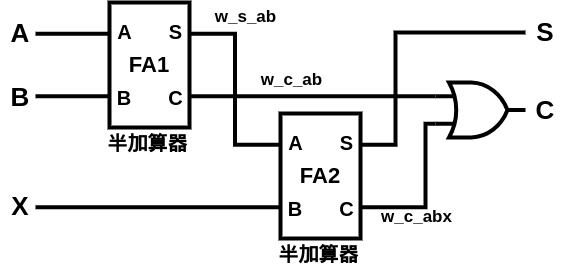
Earlier version of the draw.io export images/LetsMakeCPU/make_fa_3.png (VLSI-JP/VLSI-JP.github.io). Source tidied: cells renumbered, new cells last; positions are measured from the earlier drawing's top-left corner, leaving out a move shared by most shapes. Its diagram source:
```xml
<mxGraphModel>
  <root>
    <mxCell id="0" />
    <mxCell id="1" parent="0" />
    <mxCell id="2" style="group;" parent="1" vertex="1">
      <mxGeometry x="94" width="115" height="155" as="geometry" />
    </mxCell>
    <mxCell id="3" style="edgeStyle=orthogonalEdgeStyle;rounded=0;jettySize=auto;html=1;exitX=0;exitY=0.25;exitDx=0;exitDy=0;endArrow=none;endFill=0;strokeWidth=4;" parent="2" edge="1" source="5">
      <mxGeometry relative="1" as="geometry">
        <mxPoint x="-59" y="31.3" as="targetPoint" />
      </mxGeometry>
    </mxCell>
    <mxCell id="4" style="edgeStyle=orthogonalEdgeStyle;rounded=0;jettySize=auto;html=1;exitX=0;exitY=0.75;exitDx=0;exitDy=0;endArrow=none;endFill=0;strokeWidth=4;" parent="2" edge="1" source="5">
      <mxGeometry relative="1" as="geometry">
        <mxPoint x="-59" y="93.7" as="targetPoint" />
      </mxGeometry>
    </mxCell>
    <mxCell id="5" value="FA1" style="rounded=0;whiteSpace=wrap;html=1;strokeWidth=4;fontStyle=1;fontSize=22;" parent="2" vertex="1">
      <mxGeometry x="15" width="80" height="125" as="geometry" />
    </mxCell>
    <mxCell id="6" value="A" style="text;html=1;strokeColor=none;fillColor=none;align=center;verticalAlign=middle;whiteSpace=wrap;rounded=0;fontSize=20;fontStyle=1;" parent="2" vertex="1">
      <mxGeometry x="22.5" y="14" width="15" height="30" as="geometry" />
    </mxCell>
    <mxCell id="7" value="B" style="text;html=1;strokeColor=none;fillColor=none;align=center;verticalAlign=middle;whiteSpace=wrap;rounded=0;fontSize=20;fontStyle=1;" parent="2" vertex="1">
      <mxGeometry x="20" y="80" width="20" height="30" as="geometry" />
    </mxCell>
    <mxCell id="8" value="S" style="text;html=1;strokeColor=none;fillColor=none;align=center;verticalAlign=middle;whiteSpace=wrap;rounded=0;fontSize=20;fontStyle=1;" parent="2" vertex="1">
      <mxGeometry x="71.5" y="14" width="19" height="30" as="geometry" />
    </mxCell>
    <mxCell id="9" value="C" style="text;html=1;strokeColor=none;fillColor=none;align=center;verticalAlign=middle;whiteSpace=wrap;rounded=0;fontSize=20;fontStyle=1;" parent="2" vertex="1">
      <mxGeometry x="71.5" y="80" width="19" height="30" as="geometry" />
    </mxCell>
    <mxCell id="10" value="半加算器" style="text;html=1;strokeColor=none;fillColor=none;align=center;verticalAlign=middle;whiteSpace=wrap;rounded=0;fontSize=20;fontStyle=1;" parent="2" vertex="1">
      <mxGeometry x="-4" y="125" width="115" height="30" as="geometry" />
    </mxCell>
    <mxCell id="11" style="group;" parent="1" vertex="1">
      <mxGeometry x="265" y="111" width="115" height="155" as="geometry" />
    </mxCell>
    <mxCell id="12" style="edgeStyle=orthogonalEdgeStyle;rounded=0;jettySize=auto;html=1;exitX=0;exitY=0.75;exitDx=0;exitDy=0;endArrow=none;endFill=0;strokeWidth=4;" parent="11" edge="1" source="14">
      <mxGeometry relative="1" as="geometry">
        <mxPoint x="-230" y="93.7" as="targetPoint" />
      </mxGeometry>
    </mxCell>
    <mxCell id="13" style="edgeStyle=orthogonalEdgeStyle;rounded=0;jettySize=auto;html=1;exitX=1;exitY=0.25;exitDx=0;exitDy=0;endArrow=none;endFill=0;strokeWidth=4;" parent="11" edge="1" source="14">
      <mxGeometry relative="1" as="geometry">
        <mxPoint x="260" y="-81" as="targetPoint" />
        <Array as="points">
          <mxPoint x="130" y="31" />
          <mxPoint x="130" y="-81" />
        </Array>
      </mxGeometry>
    </mxCell>
    <mxCell id="14" value="FA2" style="rounded=0;whiteSpace=wrap;html=1;strokeWidth=4;fontStyle=1;fontSize=22;" parent="11" vertex="1">
      <mxGeometry x="15" width="80" height="125" as="geometry" />
    </mxCell>
    <mxCell id="15" value="A" style="text;html=1;strokeColor=none;fillColor=none;align=center;verticalAlign=middle;whiteSpace=wrap;rounded=0;fontSize=20;fontStyle=1;" parent="11" vertex="1">
      <mxGeometry x="22.5" y="14" width="15" height="30" as="geometry" />
    </mxCell>
    <mxCell id="16" value="B" style="text;html=1;strokeColor=none;fillColor=none;align=center;verticalAlign=middle;whiteSpace=wrap;rounded=0;fontSize=20;fontStyle=1;" parent="11" vertex="1">
      <mxGeometry x="20" y="80" width="20" height="30" as="geometry" />
    </mxCell>
    <mxCell id="17" value="S" style="text;html=1;strokeColor=none;fillColor=none;align=center;verticalAlign=middle;whiteSpace=wrap;rounded=0;fontSize=20;fontStyle=1;" parent="11" vertex="1">
      <mxGeometry x="71.5" y="14" width="19" height="30" as="geometry" />
    </mxCell>
    <mxCell id="18" value="C" style="text;html=1;strokeColor=none;fillColor=none;align=center;verticalAlign=middle;whiteSpace=wrap;rounded=0;fontSize=20;fontStyle=1;" parent="11" vertex="1">
      <mxGeometry x="71.5" y="80" width="19" height="30" as="geometry" />
    </mxCell>
    <mxCell id="19" value="半加算器" style="text;html=1;strokeColor=none;fillColor=none;align=center;verticalAlign=middle;whiteSpace=wrap;rounded=0;fontSize=20;fontStyle=1;" parent="11" vertex="1">
      <mxGeometry x="-4" y="125" width="115" height="30" as="geometry" />
    </mxCell>
    <mxCell id="20" style="edgeStyle=orthogonalEdgeStyle;rounded=0;jettySize=auto;html=1;exitX=1;exitY=0.25;exitDx=0;exitDy=0;entryX=0;entryY=0.25;entryDx=0;entryDy=0;endArrow=none;endFill=0;strokeWidth=4;" parent="1" edge="1" source="5" target="14">
      <mxGeometry relative="1" as="geometry" />
    </mxCell>
    <mxCell id="21" style="verticalLabelPosition=bottom;shadow=0;dashed=0;align=center;html=1;verticalAlign=top;shape=mxgraph.electrical.logic_gates.logic_gate;operation=or;strokeWidth=4;" parent="1" vertex="1">
      <mxGeometry x="435" y="80" width="90" height="55" as="geometry" />
    </mxCell>
    <mxCell id="22" style="edgeStyle=orthogonalEdgeStyle;rounded=0;jettySize=auto;html=1;exitX=1;exitY=0.75;exitDx=0;exitDy=0;entryX=0;entryY=0.25;entryDx=0;entryDy=0;entryPerimeter=0;endArrow=none;endFill=0;strokeWidth=4;" parent="1" edge="1" source="5" target="21">
      <mxGeometry relative="1" as="geometry" />
    </mxCell>
    <mxCell id="23" style="edgeStyle=orthogonalEdgeStyle;rounded=0;jettySize=auto;html=1;exitX=1;exitY=0.75;exitDx=0;exitDy=0;entryX=0;entryY=0.75;entryDx=0;entryDy=0;entryPerimeter=0;endArrow=none;endFill=0;strokeWidth=4;" parent="1" edge="1" source="14" target="21">
      <mxGeometry relative="1" as="geometry">
        <Array as="points">
          <mxPoint x="425" y="205" />
        </Array>
      </mxGeometry>
    </mxCell>
    <mxCell id="24" value="A" style="text;html=1;strokeColor=none;fillColor=none;align=center;verticalAlign=middle;whiteSpace=wrap;rounded=0;fontSize=26;fontStyle=1;" parent="1" vertex="1">
      <mxGeometry y="16" width="40" height="30" as="geometry" />
    </mxCell>
    <mxCell id="25" value="B" style="text;html=1;strokeColor=none;fillColor=none;align=center;verticalAlign=middle;whiteSpace=wrap;rounded=0;fontSize=26;fontStyle=1;" parent="1" vertex="1">
      <mxGeometry y="80" width="40" height="30" as="geometry" />
    </mxCell>
    <mxCell id="26" value="X" style="text;html=1;strokeColor=none;fillColor=none;align=center;verticalAlign=middle;whiteSpace=wrap;rounded=0;fontSize=26;fontStyle=1;" parent="1" vertex="1">
      <mxGeometry y="189" width="40" height="30" as="geometry" />
    </mxCell>
    <mxCell id="27" value="S" style="text;html=1;strokeColor=none;fillColor=none;align=center;verticalAlign=middle;whiteSpace=wrap;rounded=0;fontSize=26;fontStyle=1;" parent="1" vertex="1">
      <mxGeometry x="525" y="15" width="40" height="30" as="geometry" />
    </mxCell>
    <mxCell id="28" value="C" style="text;html=1;strokeColor=none;fillColor=none;align=center;verticalAlign=middle;whiteSpace=wrap;rounded=0;fontSize=26;fontStyle=1;" parent="1" vertex="1">
      <mxGeometry x="525" y="92.5" width="40" height="30" as="geometry" />
    </mxCell>
    <mxCell id="29" value="w_s_ab" style="text;html=1;strokeColor=none;fillColor=none;align=center;verticalAlign=middle;whiteSpace=wrap;rounded=0;fontSize=17;fontStyle=1;" parent="1" vertex="1">
      <mxGeometry x="209" width="72.5" height="30" as="geometry" />
    </mxCell>
    <mxCell id="30" value="w_c_ab" style="text;html=1;strokeColor=none;fillColor=none;align=center;verticalAlign=middle;whiteSpace=wrap;rounded=0;fontSize=17;fontStyle=1;" parent="1" vertex="1">
      <mxGeometry x="255" y="62.5" width="72.5" height="30" as="geometry" />
    </mxCell>
    <mxCell id="31" value="w_c_abx" style="text;html=1;strokeColor=none;fillColor=none;align=center;verticalAlign=middle;whiteSpace=wrap;rounded=0;fontSize=17;fontStyle=1;" parent="1" vertex="1">
      <mxGeometry x="380" y="200" width="72.5" height="30" as="geometry" />
    </mxCell>
  </root>
</mxGraphModel>
```
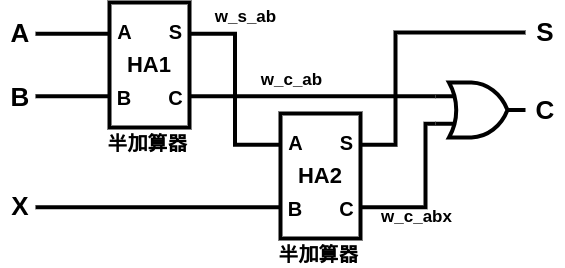
Above is the later version.

Commit message:
update DAV pics

Diff of the diagram source:
```diff
@@ -2,7 +2,7 @@
   <root>
     <mxCell id="0" />
     <mxCell id="1" parent="0" />
-    <mxCell id="2" style="group;" parent="1" vertex="1">
+    <mxCell id="2" value="H" style="group;" parent="1" vertex="1">
       <mxGeometry x="94" width="115" height="155" as="geometry" />
     </mxCell>
     <mxCell id="3" style="edgeStyle=orthogonalEdgeStyle;rounded=0;jettySize=auto;html=1;exitX=0;exitY=0.25;exitDx=0;exitDy=0;endArrow=none;endFill=0;strokeWidth=4;" parent="2" edge="1" source="5">
@@ -15,7 +15,7 @@
         <mxPoint x="-59" y="93.7" as="targetPoint" />
       </mxGeometry>
     </mxCell>
-    <mxCell id="5" value="FA1" style="rounded=0;whiteSpace=wrap;html=1;strokeWidth=4;fontStyle=1;fontSize=22;" parent="2" vertex="1">
+    <mxCell id="5" value="HA1" style="rounded=0;whiteSpace=wrap;html=1;strokeWidth=4;fontStyle=1;fontSize=22;" parent="2" vertex="1">
       <mxGeometry x="15" width="80" height="125" as="geometry" />
     </mxCell>
     <mxCell id="6" value="A" style="text;html=1;strokeColor=none;fillColor=none;align=center;verticalAlign=middle;whiteSpace=wrap;rounded=0;fontSize=20;fontStyle=1;" parent="2" vertex="1">
@@ -50,7 +50,7 @@
         </Array>
       </mxGeometry>
     </mxCell>
-    <mxCell id="14" value="FA2" style="rounded=0;whiteSpace=wrap;html=1;strokeWidth=4;fontStyle=1;fontSize=22;" parent="11" vertex="1">
+    <mxCell id="14" value="HA2" style="rounded=0;whiteSpace=wrap;html=1;strokeWidth=4;fontStyle=1;fontSize=22;" parent="11" vertex="1">
       <mxGeometry x="15" width="80" height="125" as="geometry" />
     </mxCell>
     <mxCell id="15" value="A" style="text;html=1;strokeColor=none;fillColor=none;align=center;verticalAlign=middle;whiteSpace=wrap;rounded=0;fontSize=20;fontStyle=1;" parent="11" vertex="1">
```
